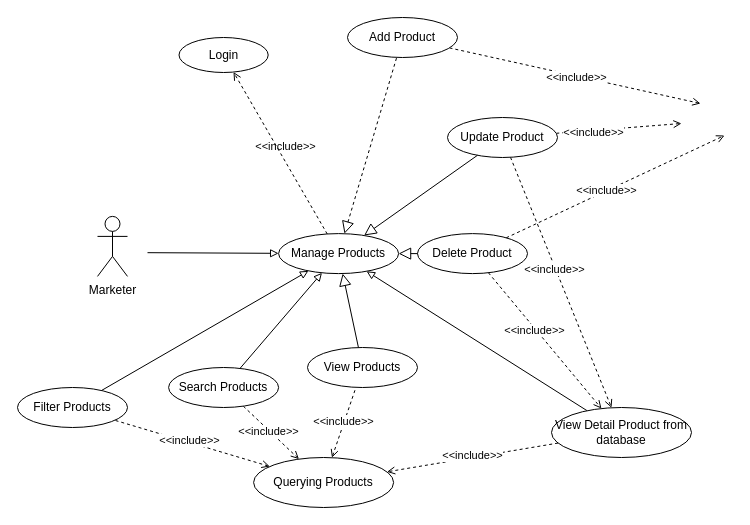
The draw.io diagram page "Trang-6" (6 of 6) of Use-Case.drawio in DungLV2003/SWR, before the edit. Source tidied: cells renumbered, new cells numbered last; positions are measured from the earlier drawing's top-left corner, leaving out a move shared by most shapes. Both pictures are drawn from the tidied source at 100%, with x=0, y=0 at pixel (17, 17).
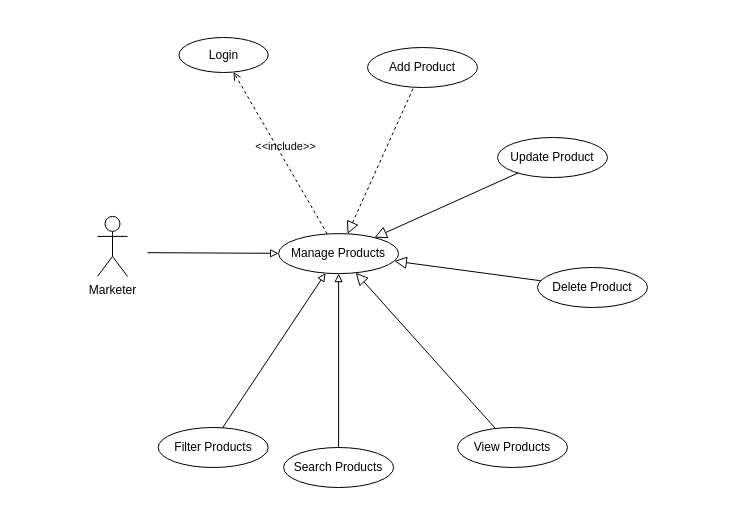
After the change.

Unchanged cells that the change refers to:
```xml
<mxCell id="2" value="Manage Products" style="ellipse;whiteSpace=wrap;html=1;" parent="1" vertex="1">
  <mxGeometry x="261.1" y="216.1" width="120" height="40" as="geometry" />
</mxCell>
```

Diff of the diagram source:
```diff
@@
-    <mxCell id="8" style="rounded=0;jettySize=auto;html=1;dashed=1;endArrow=open;endFill=0;" parent="1" edge="1" source="10">
-      <mxGeometry relative="1" as="geometry">
-        <mxPoint x="683" y="86" as="targetPoint" />
-      </mxGeometry>
-    </mxCell>
-    <mxCell id="9" value="&amp;lt;&amp;lt;include&amp;gt;&amp;gt;" style="edgeLabel;html=1;align=center;verticalAlign=middle;" parent="8" vertex="1">
-      <mxGeometry x="0.01" y="-1" relative="1" as="geometry" />
-    </mxCell>
     <mxCell id="10" value="Add Product" style="ellipse;whiteSpace=wrap;html=1;" parent="1" vertex="1">
-      <mxGeometry x="330" width="110" height="40" as="geometry" />
+      <mxGeometry x="350" y="30" width="110" height="40" as="geometry" />
     </mxCell>
@@
-    <mxCell id="12" style="rounded=0;jettySize=auto;html=1;dashed=1;endArrow=open;endFill=0;" parent="1" edge="1" source="16" target="33">
-      <mxGeometry relative="1" as="geometry" />
-    </mxCell>
-    <mxCell id="13" value="&amp;lt;&amp;lt;include&amp;gt;&amp;gt;" style="edgeLabel;html=1;align=center;verticalAlign=middle;" parent="12" vertex="1">
-      <mxGeometry x="-0.11" y="-1" relative="1" as="geometry" />
-    </mxCell>
-    <mxCell id="14" style="rounded=0;jettySize=auto;html=1;dashed=1;endArrow=open;endFill=0;" parent="1" edge="1" source="16">
-      <mxGeometry relative="1" as="geometry">
-        <mxPoint x="664" y="106" as="targetPoint" />
-      </mxGeometry>
-    </mxCell>
-    <mxCell id="15" value="&amp;lt;&amp;lt;include&amp;gt;&amp;gt;" style="edgeLabel;html=1;align=center;verticalAlign=middle;" parent="14" vertex="1">
-      <mxGeometry x="-0.41" y="-2" relative="1" as="geometry" />
-    </mxCell>
     <mxCell id="16" value="Update Product" style="ellipse;whiteSpace=wrap;html=1;" parent="1" vertex="1">
-      <mxGeometry x="430" y="100" width="110" height="40" as="geometry" />
+      <mxGeometry x="480" y="120" width="110" height="40" as="geometry" />
     </mxCell>
@@
-    <mxCell id="18" style="rounded=0;jettySize=auto;html=1;dashed=1;endArrow=open;endFill=0;" parent="1" edge="1" source="22" target="33">
-      <mxGeometry relative="1" as="geometry" />
-    </mxCell>
-    <mxCell id="19" value="&amp;lt;&amp;lt;include&amp;gt;&amp;gt;" style="edgeLabel;html=1;align=center;verticalAlign=middle;" parent="18" vertex="1">
-      <mxGeometry x="-0.17" y="-2" relative="1" as="geometry" />
-    </mxCell>
-    <mxCell id="20" style="rounded=0;jettySize=auto;html=1;dashed=1;endArrow=open;endFill=0;" parent="1" edge="1" source="22">
-      <mxGeometry relative="1" as="geometry">
-        <mxPoint x="707" y="118" as="targetPoint" />
-      </mxGeometry>
-    </mxCell>
-    <mxCell id="21" value="&amp;lt;&amp;lt;include&amp;gt;&amp;gt;" style="edgeLabel;html=1;align=center;verticalAlign=middle;" parent="20" vertex="1">
-      <mxGeometry x="-0.08" y="1" relative="1" as="geometry" />
-    </mxCell>
     <mxCell id="22" value="Delete Product" style="ellipse;whiteSpace=wrap;html=1;" parent="1" vertex="1">
-      <mxGeometry x="400" y="216.1" width="110" height="40" as="geometry" />
+      <mxGeometry x="520" y="250" width="110" height="40" as="geometry" />
     </mxCell>
@@
     <mxCell id="24" value="View Products" style="ellipse;whiteSpace=wrap;html=1;" parent="1" vertex="1">
-      <mxGeometry x="290" y="330" width="110" height="40" as="geometry" />
+      <mxGeometry x="440" y="410" width="110" height="40" as="geometry" />
     </mxCell>
@@
-    <mxCell id="27" style="rounded=0;jettySize=auto;html=1;endArrow=none;endFill=0;startArrow=open;startFill=0;dashed=1;" parent="1" edge="1" source="29" target="24">
-      <mxGeometry relative="1" as="geometry" />
-    </mxCell>
-    <mxCell id="28" value="&amp;lt;&amp;lt;include&amp;gt;&amp;gt;" style="edgeLabel;html=1;align=center;verticalAlign=middle;" parent="27" vertex="1">
-      <mxGeometry x="0.03" y="1" relative="1" as="geometry" />
-    </mxCell>
-    <mxCell id="29" value="Querying Products" style="ellipse;whiteSpace=wrap;html=1;" parent="1" vertex="1">
-      <mxGeometry x="236.1" y="440" width="140" height="50" as="geometry" />
-    </mxCell>
-    <mxCell id="30" style="rounded=0;jettySize=auto;html=1;dashed=1;endArrow=open;endFill=0;" parent="1" edge="1" source="33" target="29">
-      <mxGeometry relative="1" as="geometry" />
-    </mxCell>
-    <mxCell id="31" value="&amp;lt;&amp;lt;include&amp;gt;&amp;gt;" style="edgeLabel;html=1;align=center;verticalAlign=middle;" parent="30" vertex="1">
-      <mxGeometry x="0.23" y="-2" relative="1" as="geometry">
-        <mxPoint x="20" y="-4" as="offset" />
-      </mxGeometry>
-    </mxCell>
-    <mxCell id="32" style="rounded=0;jettySize=auto;html=1;endArrow=block;endFill=0;" parent="1" edge="1" source="33" target="2">
-      <mxGeometry relative="1" as="geometry" />
-    </mxCell>
-    <mxCell id="33" value="View Detail Product&amp;nbsp;from database" style="ellipse;whiteSpace=wrap;html=1;" parent="1" vertex="1">
-      <mxGeometry x="534" y="390" width="140" height="50" as="geometry" />
-    </mxCell>
-    <mxCell id="34" style="rounded=0;jettySize=auto;html=1;endArrow=block;endFill=0;" parent="1" edge="1" target="2">
-      <mxGeometry relative="1" as="geometry">
-        <mxPoint x="84" y="373" as="sourcePoint" />
-      </mxGeometry>
+    <mxCell id="34" style="rounded=0;jettySize=auto;html=1;endArrow=block;endFill=0;exitX=0.575;exitY=0.05;exitDx=0;exitDy=0;exitPerimeter=0;" parent="1" edge="1" source="41" target="2">
+      <mxGeometry relative="1" as="geometry" />
     </mxCell>
-    <mxCell id="35" style="rounded=0;jettySize=auto;html=1;dashed=1;endArrow=open;endFill=0;" parent="1" edge="1" target="29">
-      <mxGeometry relative="1" as="geometry">
-        <mxPoint x="98" y="403" as="sourcePoint" />
-      </mxGeometry>
-    </mxCell>
-    <mxCell id="36" value="&amp;lt;&amp;lt;include&amp;gt;&amp;gt;" style="edgeLabel;html=1;align=center;verticalAlign=middle;" parent="35" vertex="1">
-      <mxGeometry x="-0.06" y="2" relative="1" as="geometry" />
-    </mxCell>
@@
-    <mxCell id="38" style="rounded=0;jettySize=auto;html=1;dashed=1;endArrow=open;endFill=0;" parent="1" edge="1" source="40" target="29">
-      <mxGeometry relative="1" as="geometry" />
-    </mxCell>
-    <mxCell id="39" value="&amp;lt;&amp;lt;include&amp;gt;&amp;gt;" style="edgeLabel;html=1;align=center;verticalAlign=middle;" parent="38" vertex="1">
-      <mxGeometry x="-0.08" y="-1" relative="1" as="geometry" />
-    </mxCell>
     <mxCell id="40" value="Search&amp;nbsp;Products" style="ellipse;whiteSpace=wrap;html=1;" parent="1" vertex="1">
-      <mxGeometry x="151.1" y="350" width="110" height="40" as="geometry" />
+      <mxGeometry x="266.1" y="430" width="110" height="40" as="geometry" />
     </mxCell>
     <mxCell id="41" value="Filter&amp;nbsp;Products" style="ellipse;whiteSpace=wrap;html=1;" parent="1" vertex="1">
-      <mxGeometry y="370" width="110" height="40" as="geometry" />
+      <mxGeometry x="140.7" y="410" width="110" height="40" as="geometry" />
     </mxCell>
```
